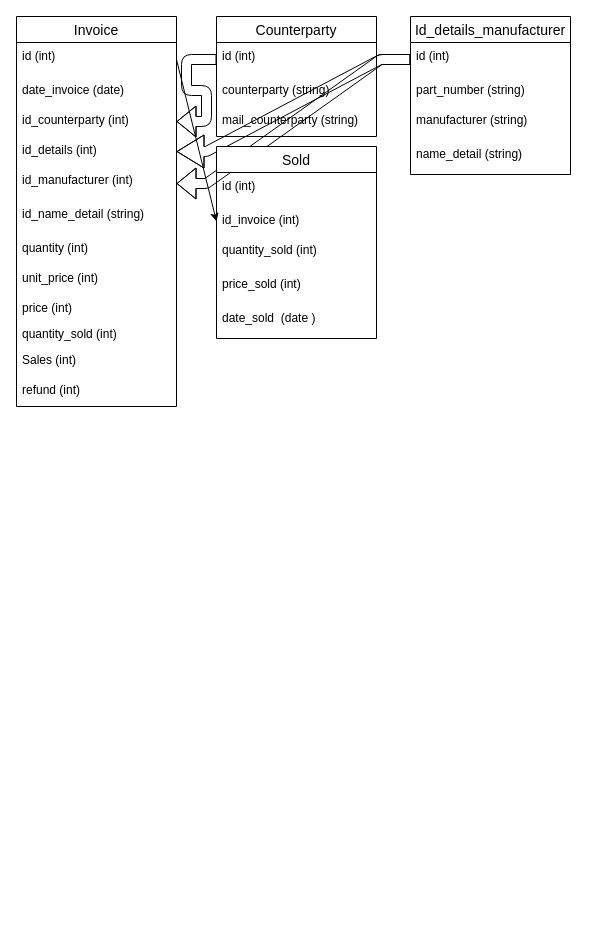
Earlier version of the draw.io diagram db.drawio (Ruslan-qu/accounting). Source tidied: cells renumbered, new cells numbered last; positions are measured from the earlier drawing's top-left corner, leaving out a move shared by most shapes. Both pictures are drawn from the tidied source at 100%, with x=0, y=0 at pixel (16, 16).
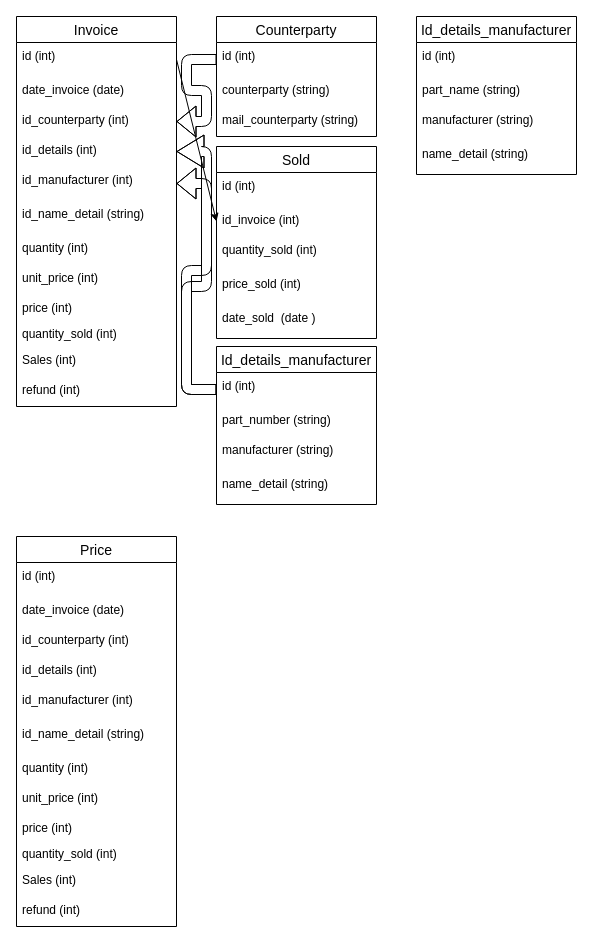
The same diagram, later.

Change to the diagram source:
```diff
@@
     <mxCell id="19" value="Id_details_manufacturer" style="swimlane;fontStyle=0;horizontal=1;startSize=26;align=center;fontSize=14;" parent="1" vertex="1">
-      <mxGeometry x="394" width="160" height="158" as="geometry" />
+      <mxGeometry x="200" y="330" width="160" height="158" as="geometry" />
     </mxCell>
@@
+    <mxCell id="34" value="Price" style="swimlane;fontStyle=0;horizontal=1;startSize=26;align=center;fontSize=14;" parent="1" vertex="1">
+      <mxGeometry y="520" width="160" height="390" as="geometry" />
+    </mxCell>
+    <mxCell id="35" value="id (int)" style="text;strokeColor=none;fillColor=none;spacingLeft=4;spacingRight=4;overflow=hidden;fontSize=12;" parent="34" vertex="1">
+      <mxGeometry y="26" width="160" height="34" as="geometry" />
+    </mxCell>
+    <mxCell id="36" value="date_invoice (date)" style="text;strokeColor=none;fillColor=none;spacingLeft=4;spacingRight=4;overflow=hidden;fontSize=12;" parent="34" vertex="1">
+      <mxGeometry y="60" width="160" height="30" as="geometry" />
+    </mxCell>
+    <mxCell id="37" value="id_counterparty (int)" style="text;strokeColor=none;fillColor=none;spacingLeft=4;spacingRight=4;overflow=hidden;fontSize=12;" parent="34" vertex="1">
+      <mxGeometry y="90" width="160" height="30" as="geometry" />
+    </mxCell>
+    <mxCell id="38" value="id_details (int)" style="text;strokeColor=none;fillColor=none;spacingLeft=4;spacingRight=4;overflow=hidden;fontSize=12;" parent="34" vertex="1">
+      <mxGeometry y="120" width="160" height="30" as="geometry" />
+    </mxCell>
+    <mxCell id="39" value="id_manufacturer (int)" style="text;strokeColor=none;fillColor=none;spacingLeft=4;spacingRight=4;overflow=hidden;fontSize=12;" parent="34" vertex="1">
+      <mxGeometry y="150" width="160" height="34" as="geometry" />
+    </mxCell>
+    <mxCell id="40" value="id_name_detail (string)" style="text;strokeColor=none;fillColor=none;spacingLeft=4;spacingRight=4;overflow=hidden;fontSize=12;" parent="34" vertex="1">
+      <mxGeometry y="184" width="160" height="34" as="geometry" />
+    </mxCell>
+    <mxCell id="41" value="quantity (int)" style="text;strokeColor=none;fillColor=none;spacingLeft=4;spacingRight=4;overflow=hidden;fontSize=12;" parent="34" vertex="1">
+      <mxGeometry y="218" width="160" height="30" as="geometry" />
+    </mxCell>
+    <mxCell id="42" value="unit_price (int)" style="text;strokeColor=none;fillColor=none;spacingLeft=4;spacingRight=4;overflow=hidden;fontSize=12;" parent="34" vertex="1">
+      <mxGeometry y="248" width="160" height="30" as="geometry" />
+    </mxCell>
+    <mxCell id="43" value="price (int)" style="text;strokeColor=none;fillColor=none;spacingLeft=4;spacingRight=4;overflow=hidden;fontSize=12;" parent="34" vertex="1">
+      <mxGeometry y="278" width="160" height="26" as="geometry" />
+    </mxCell>
+    <mxCell id="44" value="quantity_sold (int)" style="text;strokeColor=none;fillColor=none;spacingLeft=4;spacingRight=4;overflow=hidden;fontSize=12;" parent="34" vertex="1">
+      <mxGeometry y="304" width="160" height="26" as="geometry" />
+    </mxCell>
+    <mxCell id="45" value="Sales (int)" style="text;strokeColor=none;fillColor=none;spacingLeft=4;spacingRight=4;overflow=hidden;fontSize=12;" parent="34" vertex="1">
+      <mxGeometry y="330" width="160" height="30" as="geometry" />
+    </mxCell>
+    <mxCell id="46" value="refund (int)" style="text;strokeColor=none;fillColor=none;spacingLeft=4;spacingRight=4;overflow=hidden;fontSize=12;" parent="34" vertex="1">
+      <mxGeometry y="360" width="160" height="30" as="geometry" />
+    </mxCell>
+    <mxCell id="47" value="Id_details_manufacturer" style="swimlane;fontStyle=0;horizontal=1;startSize=26;align=center;fontSize=14;" parent="1" vertex="1">
+      <mxGeometry x="400" width="160" height="158" as="geometry" />
+    </mxCell>
+    <mxCell id="48" value="id (int)" style="text;strokeColor=none;fillColor=none;spacingLeft=4;spacingRight=4;overflow=hidden;fontSize=12;" parent="47" vertex="1">
+      <mxGeometry y="26" width="160" height="34" as="geometry" />
+    </mxCell>
+    <mxCell id="49" value="part_name (string)" style="text;strokeColor=none;fillColor=none;spacingLeft=4;spacingRight=4;overflow=hidden;fontSize=12;" parent="47" vertex="1">
+      <mxGeometry y="60" width="160" height="30" as="geometry" />
+    </mxCell>
+    <mxCell id="50" value="manufacturer (string)" style="text;strokeColor=none;fillColor=none;spacingLeft=4;spacingRight=4;overflow=hidden;fontSize=12;" parent="47" vertex="1">
+      <mxGeometry y="90" width="160" height="34" as="geometry" />
+    </mxCell>
+    <mxCell id="51" value="name_detail (string)" style="text;strokeColor=none;fillColor=none;spacingLeft=4;spacingRight=4;overflow=hidden;fontSize=12;" parent="47" vertex="1">
+      <mxGeometry y="124" width="160" height="34" as="geometry" />
+    </mxCell>
```
